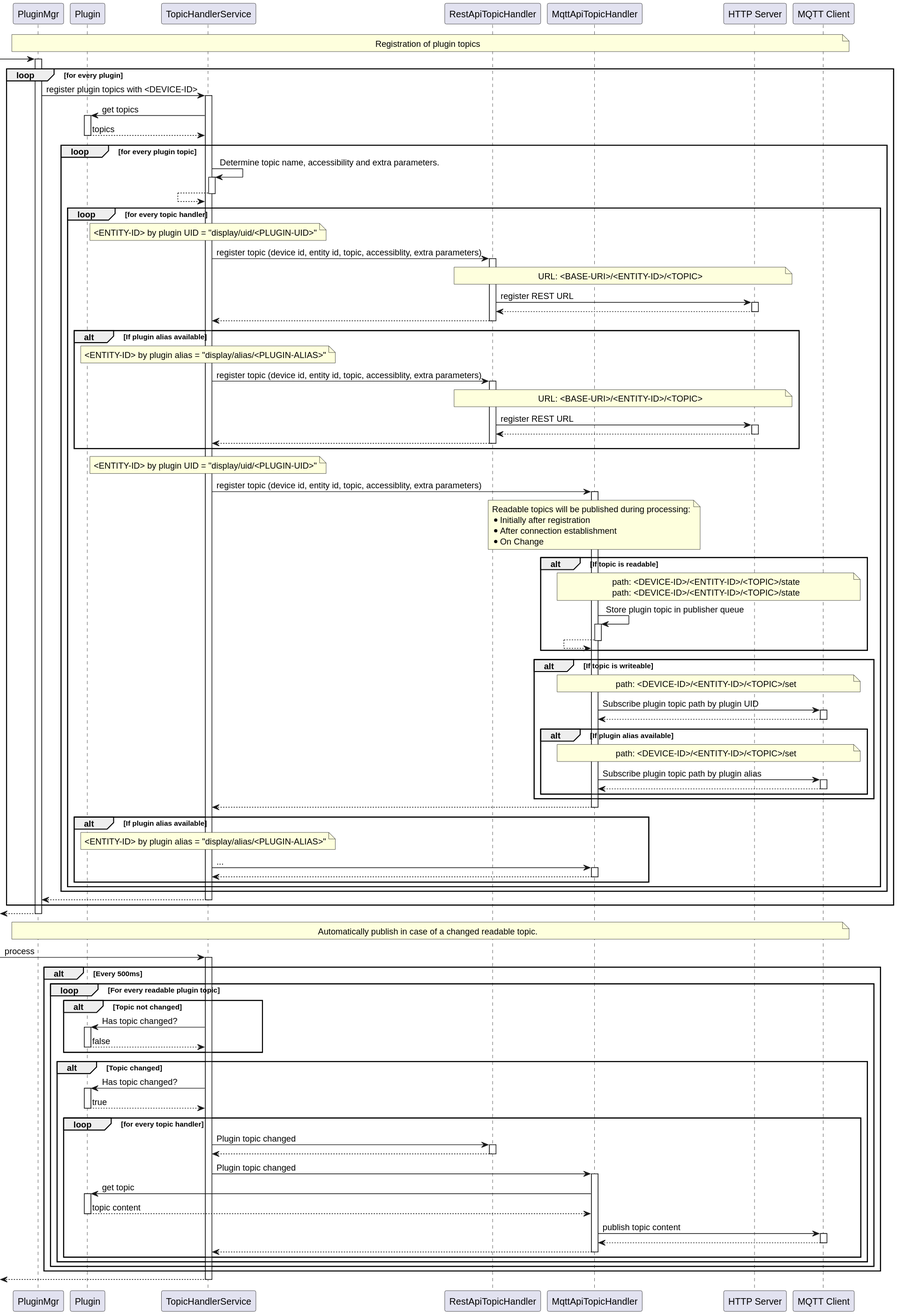
This is doc/architecture/svg/topic_handler_service.svg from BlueAndi/Pixelix, a PlantUML export, as it was before one commit. Its diagram source:
```plantuml
@startuml
participant "PluginMgr" as pluginMgr
participant "Plugin" as plugin
participant "TopicHandlerService" as topicHandlerService
participant "RestApiTopicHandler" as restApiTopicHandler
participant "MqttApiTopicHandler" as mqttApiTopicHandler
participant "HTTP Server" as httpServer
participant "MQTT Client" as mqttClient

autoactivate on

note over pluginMgr,mqttClient
    Registration of plugin topics
end note

-> pluginMgr

loop for every plugin
    pluginMgr -> topicHandlerService: register plugin topics with <DEVICE-ID>

        topicHandlerService -> plugin: get topics
        topicHandlerService <-- plugin: topics

        loop for every plugin topic

            topicHandlerService -> topicHandlerService: Determine topic name, accessibility and extra parameters.
            topicHandlerService <-- topicHandlerService

            loop for every topic handler

                note over topicHandlerService
                    <ENTITY-ID> by plugin UID = "display/uid/<PLUGIN-UID>"
                end note

                topicHandlerService -> restApiTopicHandler: register topic (device id, entity id, topic, accessiblity, extra parameters)

                    note over restApiTopicHandler,httpServer
                        URL: <BASE-URI>/<ENTITY-ID>/<TOPIC>
                    end note

                    restApiTopicHandler -> httpServer: register REST URL
                    restApiTopicHandler <-- httpServer

                topicHandlerService <-- restApiTopicHandler

                alt If plugin alias available

                    note over topicHandlerService
                        <ENTITY-ID> by plugin alias = "display/alias/<PLUGIN-ALIAS>"
                    end note

                    topicHandlerService -> restApiTopicHandler: register topic (device id, entity id, topic, accessiblity, extra parameters)

                        note over restApiTopicHandler,httpServer
                            URL: <BASE-URI>/<ENTITY-ID>/<TOPIC>
                        end note

                        restApiTopicHandler -> httpServer: register REST URL
                        restApiTopicHandler <-- httpServer

                    topicHandlerService <-- restApiTopicHandler

                end alt

                note over topicHandlerService
                    <ENTITY-ID> by plugin UID = "display/uid/<PLUGIN-UID>"
                end note

                topicHandlerService -> mqttApiTopicHandler: register topic (device id, entity id, topic, accessiblity, extra parameters)

                    note over mqttApiTopicHandler
                        Readable topics will be published during processing:
                        * Initially after registration
                        * After connection establishment
                        * On Change
                    end note

                    alt If topic is readable

                        note over mqttApiTopicHandler,mqttClient
                            path: <DEVICE-ID>/<ENTITY-ID>/<TOPIC>/state
                            path: <DEVICE-ID>/<ENTITY-ID>/<TOPIC>/state
                        end note

                        mqttApiTopicHandler -> mqttApiTopicHandler: Store plugin topic in publisher queue
                        mqttApiTopicHandler <-- mqttApiTopicHandler

                    end alt

                    alt If topic is writeable

                        note over mqttApiTopicHandler,mqttClient
                            path: <DEVICE-ID>/<ENTITY-ID>/<TOPIC>/set
                        end note

                        mqttApiTopicHandler -> mqttClient: Subscribe plugin topic path by plugin UID
                        mqttApiTopicHandler <-- mqttClient

                        alt If plugin alias available

                            note over mqttApiTopicHandler,mqttClient
                                path: <DEVICE-ID>/<ENTITY-ID>/<TOPIC>/set
                            end note

                            mqttApiTopicHandler -> mqttClient: Subscribe plugin topic path by plugin alias
                            mqttApiTopicHandler <-- mqttClient

                        end alt

                    end alt

                topicHandlerService <-- mqttApiTopicHandler

                alt If plugin alias available

                    note over topicHandlerService
                        <ENTITY-ID> by plugin alias = "display/alias/<PLUGIN-ALIAS>"
                    end note

                    topicHandlerService -> mqttApiTopicHandler: ...
                    topicHandlerService <-- mqttApiTopicHandler

                end alt

            end loop

        end loop

    pluginMgr <-- topicHandlerService
end loop

<-- pluginMgr

note over pluginMgr,mqttClient
    Automatically publish in case of a changed readable topic.
end note

-> topicHandlerService: process

    alt Every 500ms

        loop For every readable plugin topic

            alt Topic not changed
                topicHandlerService -> plugin: Has topic changed?
                topicHandlerService <-- plugin: false
            end alt

            alt Topic changed
                topicHandlerService -> plugin: Has topic changed?
                topicHandlerService <-- plugin: true

                loop for every topic handler

                    topicHandlerService -> restApiTopicHandler: Plugin topic changed
                    topicHandlerService <-- restApiTopicHandler

                    topicHandlerService -> mqttApiTopicHandler: Plugin topic changed

                        mqttApiTopicHandler -> plugin: get topic
                        mqttApiTopicHandler <-- plugin: topic content

                        mqttApiTopicHandler -> mqttClient: publish topic content
                        mqttApiTopicHandler <-- mqttClient

                    topicHandlerService <-- mqttApiTopicHandler

                end loop

            end alt

        end loop

    end alt

<-- topicHandlerService
@enduml
```
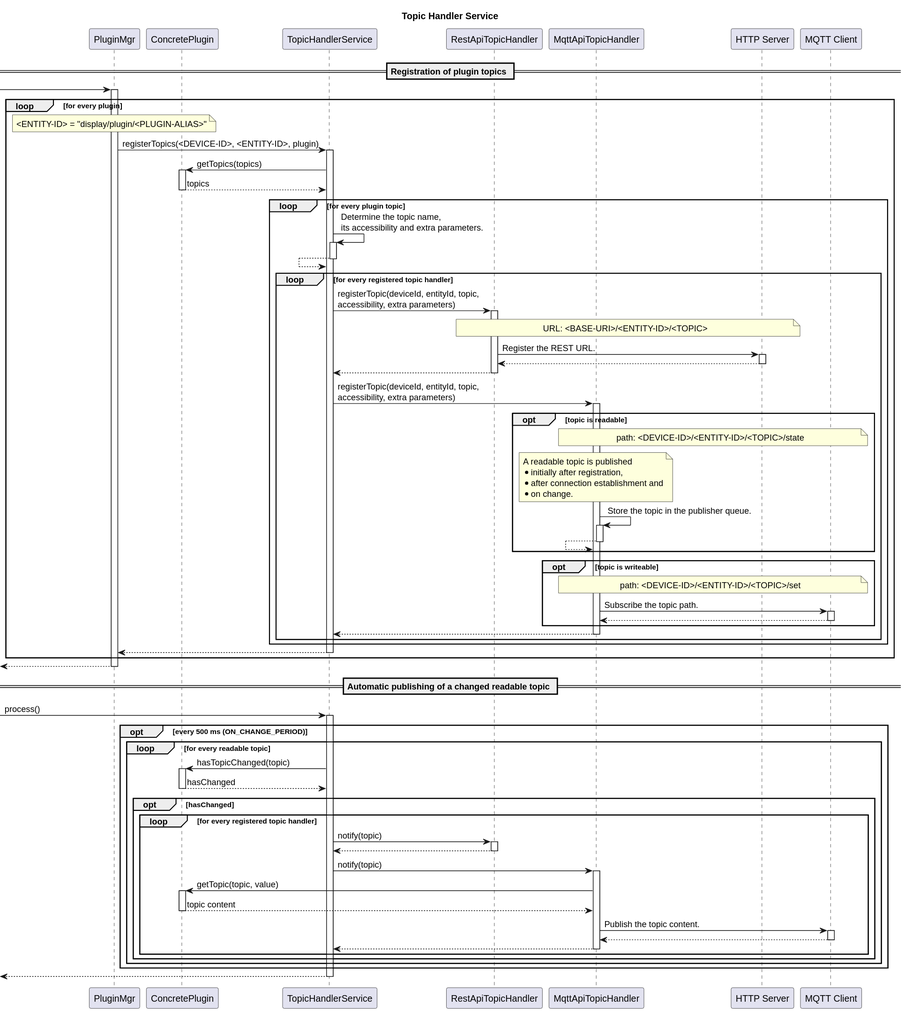
After the change.

Diff of the diagram source:
```diff
@@ -1,6 +1,9 @@
 @startuml
+title Topic Handler Service
+
+
 participant "PluginMgr" as pluginMgr
-participant "Plugin" as plugin
+participant "ConcretePlugin" as plugin
 participant "TopicHandlerService" as topicHandlerService
 participant "RestApiTopicHandler" as restApiTopicHandler
 participant "MqttApiTopicHandler" as mqttApiTopicHandler
@@ -9,118 +12,71 @@
 
 autoactivate on
 
-note over pluginMgr,mqttClient
-    Registration of plugin topics
-end note
+== Registration of plugin topics ==
 
 -> pluginMgr
 
 loop for every plugin
-    pluginMgr -> topicHandlerService: register plugin topics with <DEVICE-ID>
 
-        topicHandlerService -> plugin: get topics
+    note over pluginMgr
+        <ENTITY-ID> = "display/plugin/<PLUGIN-ALIAS>"
+    end note
+
+    pluginMgr -> topicHandlerService: registerTopics(<DEVICE-ID>, <ENTITY-ID>, plugin)
+
+        topicHandlerService -> plugin: getTopics(topics)
         topicHandlerService <-- plugin: topics
 
         loop for every plugin topic
 
-            topicHandlerService -> topicHandlerService: Determine topic name, accessibility and extra parameters.
+            topicHandlerService -> topicHandlerService: Determine the topic name,\nits accessibility and extra parameters.
             topicHandlerService <-- topicHandlerService
 
-            loop for every topic handler
+            loop for every registered topic handler
 
-                note over topicHandlerService
-                    <ENTITY-ID> by plugin UID = "display/uid/<PLUGIN-UID>"
-                end note
+                topicHandlerService -> restApiTopicHandler: registerTopic(deviceId, entityId, topic,\naccessibility, extra parameters)
 
-                topicHandlerService -> restApiTopicHandler: register topic (device id, entity id, topic, accessiblity, extra parameters)
-
-                    note over restApiTopicHandler,httpServer
+                    note over restApiTopicHandler, httpServer
                         URL: <BASE-URI>/<ENTITY-ID>/<TOPIC>
                     end note
 
-                    restApiTopicHandler -> httpServer: register REST URL
+                    restApiTopicHandler -> httpServer: Register the REST URL.
                     restApiTopicHandler <-- httpServer
 
                 topicHandlerService <-- restApiTopicHandler
 
-                alt If plugin alias available
+                topicHandlerService -> mqttApiTopicHandler: registerTopic(deviceId, entityId, topic,\naccessibility, extra parameters)
 
-                    note over topicHandlerService
-                        <ENTITY-ID> by plugin alias = "display/alias/<PLUGIN-ALIAS>"
-                    end note
+                    opt topic is readable
 
-                    topicHandlerService -> restApiTopicHandler: register topic (device id, entity id, topic, accessiblity, extra parameters)
-
-                        note over restApiTopicHandler,httpServer
-                            URL: <BASE-URI>/<ENTITY-ID>/<TOPIC>
-                        end note
-
-                        restApiTopicHandler -> httpServer: register REST URL
-                        restApiTopicHandler <-- httpServer
-
-                    topicHandlerService <-- restApiTopicHandler
-
-                end alt
-
-                note over topicHandlerService
-                    <ENTITY-ID> by plugin UID = "display/uid/<PLUGIN-UID>"
-                end note
-
-                topicHandlerService -> mqttApiTopicHandler: register topic (device id, entity id, topic, accessiblity, extra parameters)
-
-                    note over mqttApiTopicHandler
-                        Readable topics will be published during processing:
-                        * Initially after registration
-                        * After connection establishment
-                        * On Change
-                    end note
-
-                    alt If topic is readable
-
-                        note over mqttApiTopicHandler,mqttClient
-                            path: <DEVICE-ID>/<ENTITY-ID>/<TOPIC>/state
+                        note over mqttApiTopicHandler, mqttClient
                             path: <DEVICE-ID>/<ENTITY-ID>/<TOPIC>/state
                         end note
 
-                        mqttApiTopicHandler -> mqttApiTopicHandler: Store plugin topic in publisher queue
+                        note over mqttApiTopicHandler
+                            A readable topic is published
+                            * initially after registration,
+                            * after connection establishment and
+                            * on change.
+                        end note
+
+                        mqttApiTopicHandler -> mqttApiTopicHandler: Store the topic in the publisher queue.
                         mqttApiTopicHandler <-- mqttApiTopicHandler
 
-                    end alt
+                    end opt
 
-                    alt If topic is writeable
+                    opt topic is writeable
 
-                        note over mqttApiTopicHandler,mqttClient
+                        note over mqttApiTopicHandler, mqttClient
                             path: <DEVICE-ID>/<ENTITY-ID>/<TOPIC>/set
                         end note
 
-                        mqttApiTopicHandler -> mqttClient: Subscribe plugin topic path by plugin UID
+                        mqttApiTopicHandler -> mqttClient: Subscribe the topic path.
                         mqttApiTopicHandler <-- mqttClient
 
-                        alt If plugin alias available
-
-                            note over mqttApiTopicHandler,mqttClient
-                                path: <DEVICE-ID>/<ENTITY-ID>/<TOPIC>/set
-                            end note
-
-                            mqttApiTopicHandler -> mqttClient: Subscribe plugin topic path by plugin alias
-                            mqttApiTopicHandler <-- mqttClient
-
-                        end alt
-
-                    end alt
+                    end opt
 
                 topicHandlerService <-- mqttApiTopicHandler
-
-                alt If plugin alias available
-
-                    note over topicHandlerService
-                        <ENTITY-ID> by plugin alias = "display/alias/<PLUGIN-ALIAS>"
-                    end note
-
-                    topicHandlerService -> mqttApiTopicHandler: ...
-                    topicHandlerService <-- mqttApiTopicHandler
-
-                end alt
 
             end loop
 
@@ -131,47 +87,41 @@
 
 <-- pluginMgr
 
-note over pluginMgr,mqttClient
-    Automatically publish in case of a changed readable topic.
-end note
+== Automatic publishing of a changed readable topic ==
 
--> topicHandlerService: process
+-> topicHandlerService: process()
 
-    alt Every 500ms
+    opt every 500 ms (ON_CHANGE_PERIOD)
 
-        loop For every readable plugin topic
+        loop for every readable topic
 
-            alt Topic not changed
-                topicHandlerService -> plugin: Has topic changed?
-                topicHandlerService <-- plugin: false
-            end alt
+            topicHandlerService -> plugin: hasTopicChanged(topic)
+            topicHandlerService <-- plugin: hasChanged
 
-            alt Topic changed
-                topicHandlerService -> plugin: Has topic changed?
-                topicHandlerService <-- plugin: true
+            opt hasChanged
 
-                loop for every topic handler
+                loop for every registered topic handler
 
-                    topicHandlerService -> restApiTopicHandler: Plugin topic changed
+                    topicHandlerService -> restApiTopicHandler: notify(topic)
                     topicHandlerService <-- restApiTopicHandler
 
-                    topicHandlerService -> mqttApiTopicHandler: Plugin topic changed
+                    topicHandlerService -> mqttApiTopicHandler: notify(topic)
 
-                        mqttApiTopicHandler -> plugin: get topic
+                        mqttApiTopicHandler -> plugin: getTopic(topic, value)
                         mqttApiTopicHandler <-- plugin: topic content
 
-                        mqttApiTopicHandler -> mqttClient: publish topic content
+                        mqttApiTopicHandler -> mqttClient: Publish the topic content.
                         mqttApiTopicHandler <-- mqttClient
 
                     topicHandlerService <-- mqttApiTopicHandler
 
                 end loop
 
-            end alt
+            end opt
 
         end loop
 
-    end alt
+    end opt
 
 <-- topicHandlerService
 @enduml
```
